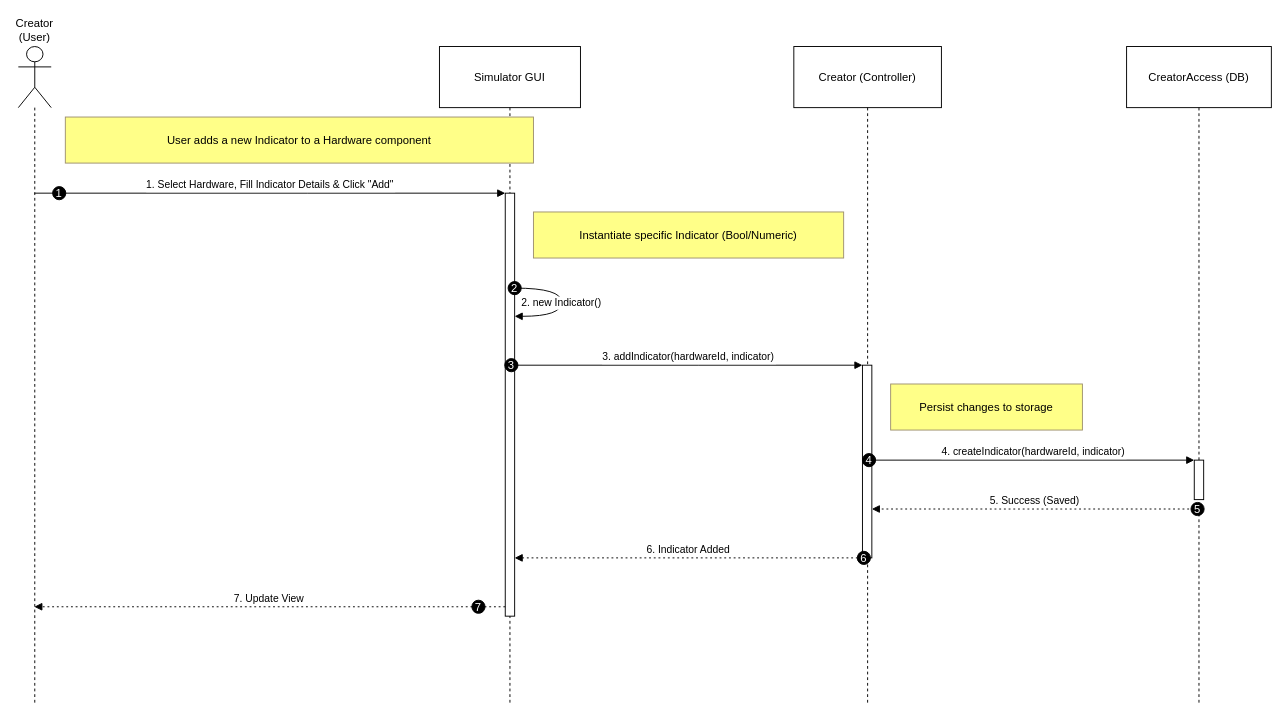
This is page "Manager_Indicator_Adding_Usecase" (4 of 12) of Usecase2.drawio from EliyaMalka/Drawio, a draw.io file, before an edit. Source tidied: cells renumbered, new cells numbered last; positions are measured from the earlier drawing's top-left corner, leaving out a move shared by most shapes. Both pictures are drawn from the tidied source at 94%, with x=0, y=0 at pixel (18, 46).
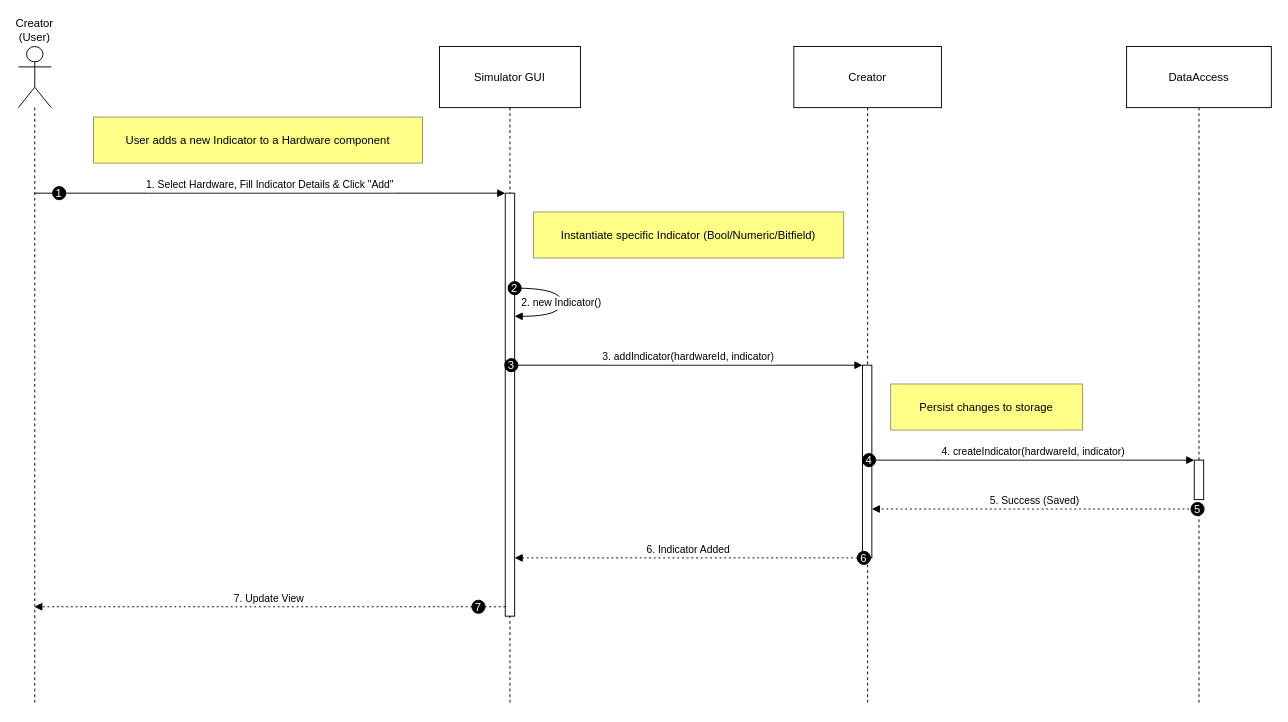
Above is the later version.

Change to the diagram source:
```diff
@@
-    <mxCell id="5" value="Creator (Controller)" style="shape=umlLifeline;perimeter=lifelinePerimeter;whiteSpace=wrap;newEdgeStyle={&quot;edgeStyle&quot;:&quot;elbowEdgeStyle&quot;,&quot;elbow&quot;:&quot;vertical&quot;,&quot;curved&quot;:0,&quot;rounded&quot;:0};size=65;" parent="1" vertex="1">
+    <mxCell id="5" value="Creator" style="shape=umlLifeline;perimeter=lifelinePerimeter;whiteSpace=wrap;newEdgeStyle={&quot;edgeStyle&quot;:&quot;elbowEdgeStyle&quot;,&quot;elbow&quot;:&quot;vertical&quot;,&quot;curved&quot;:0,&quot;rounded&quot;:0};size=65;" parent="1" vertex="1">
       <mxGeometry x="825" width="157" height="701" as="geometry" />
     </mxCell>
@@
-    <mxCell id="7" value="CreatorAccess (DB)" style="shape=umlLifeline;perimeter=lifelinePerimeter;whiteSpace=wrap;outlineConnect=0;portConstraint=eastwest;newEdgeStyle={&quot;edgeStyle&quot;:&quot;elbowEdgeStyle&quot;,&quot;elbow&quot;:&quot;vertical&quot;,&quot;curved&quot;:0,&quot;rounded&quot;:0};size=65;" parent="1" vertex="1">
+    <mxCell id="7" value="DataAccess" style="shape=umlLifeline;perimeter=lifelinePerimeter;whiteSpace=wrap;outlineConnect=0;portConstraint=eastwest;newEdgeStyle={&quot;edgeStyle&quot;:&quot;elbowEdgeStyle&quot;,&quot;elbow&quot;:&quot;vertical&quot;,&quot;curved&quot;:0,&quot;rounded&quot;:0};size=65;" parent="1" vertex="1">
       <mxGeometry x="1179" width="154" height="701" as="geometry" />
     </mxCell>
@@
     <mxCell id="23" value="User adds a new Indicator to a Hardware component" style="fillColor=#ffff88;strokeColor=#9E916F;" parent="1" vertex="1">
-      <mxGeometry x="50" y="75" width="498" height="49" as="geometry" />
+      <mxGeometry x="80" y="75" width="350" height="49" as="geometry" />
     </mxCell>
-    <mxCell id="24" value="Instantiate specific Indicator (Bool/Numeric)" style="fillColor=#ffff88;strokeColor=#9E916F;" parent="1" vertex="1">
+    <mxCell id="24" value="Instantiate specific Indicator (Bool/Numeric/Bitfield)" style="fillColor=#ffff88;strokeColor=#9E916F;" parent="1" vertex="1">
       <mxGeometry x="548" y="176" width="330" height="49" as="geometry" />
     </mxCell>
```
